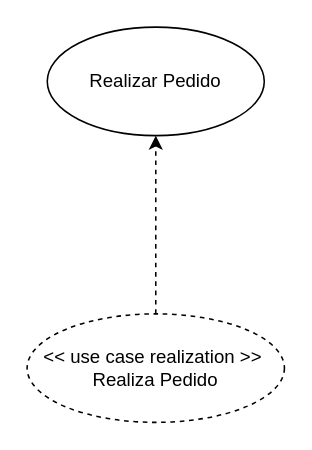
The draw.io diagram Diagrama de Sequencia/realização UC03.drawio in Systematicos/Silpan-AMS, before the edit. Source tidied: cells renumbered, new cells numbered last; positions are measured from the earlier drawing's top-left corner, leaving out a move shared by most shapes. Both pictures are drawn from the tidied source at 155%, with x=0, y=0 at pixel (26, 26).
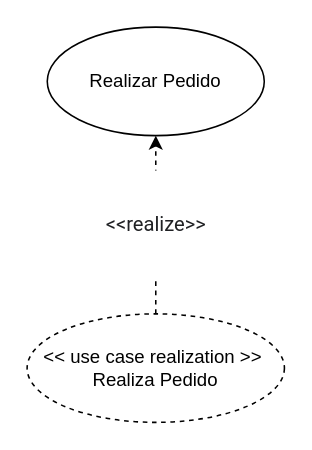
Above is the later version.

Change to the diagram source:
```diff
@@
 <mxGraphModel>
   <root>
     <mxCell id="0" />
     <mxCell id="1" parent="0" />
     <mxCell id="2" value="Realizar Pedido" style="ellipse;whiteSpace=wrap;html=1;" parent="1" vertex="1">
       <mxGeometry x="13" width="140" height="70" as="geometry" />
     </mxCell>
-    <mxCell id="3" style="edgeStyle=orthogonalEdgeStyle;rounded=0;jettySize=auto;html=1;entryX=0.5;entryY=1;entryDx=0;entryDy=0;dashed=1;" parent="1" edge="1" source="4" target="2">
+    <mxCell id="3" value="&#10;&#10;&lt;span style=&quot;color: rgb(32, 33, 36); font-family: roboto, arial, sans-serif; font-size: 13px; font-style: normal; font-weight: 400; letter-spacing: normal; text-align: left; text-indent: 0px; text-transform: none; word-spacing: 0px; background-color: rgb(255, 255, 255); display: inline; float: none;&quot;&gt;&amp;lt;&amp;lt;realize&amp;gt;&amp;gt;&lt;/span&gt;&#10;&#10;" style="edgeStyle=orthogonalEdgeStyle;rounded=0;jettySize=auto;html=1;entryX=0.5;entryY=1;entryDx=0;entryDy=0;dashed=1;" parent="1" edge="1" source="4" target="2">
       <mxGeometry relative="1" as="geometry" />
     </mxCell>
     <mxCell id="4" value="&amp;lt;&amp;lt; use case realization &amp;gt;&amp;gt;&amp;nbsp;&lt;br&gt;Realiza Pedido" style="ellipse;whiteSpace=wrap;html=1;dashed=1;" parent="1" vertex="1">
       <mxGeometry y="185" width="166" height="70" as="geometry" />
     </mxCell>
   </root>
 </mxGraphModel>
```
